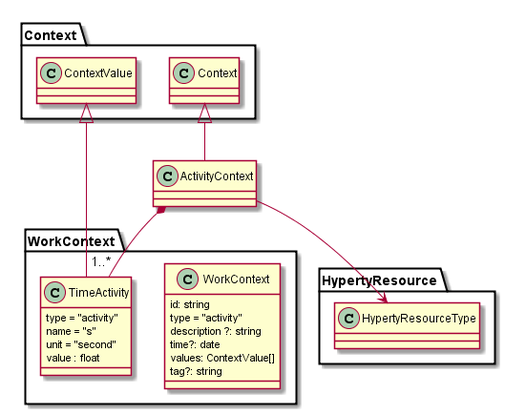
Above: docs/work-context.png in reTHINK-project/dev-smart-contextual-assistance-app (PlantUML), before the change.
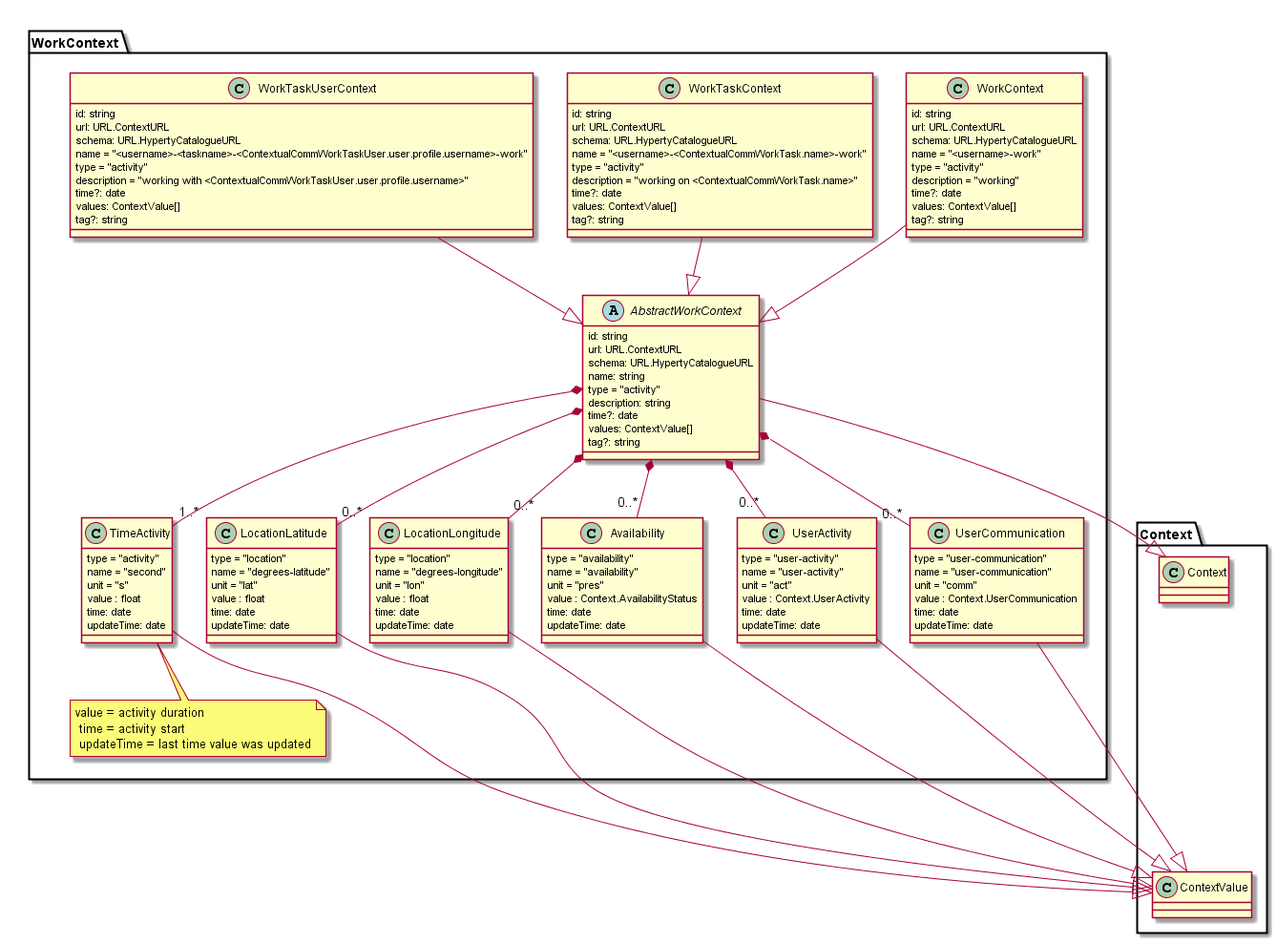
After the change.

The edit, as a diff of the source:
```diff
@@ -4,8 +4,47 @@
 
 class WorkContext {
   id: string
+  url: URL.ContextURL
+  schema: URL.HypertyCatalogueURL
+  name = "<username>-work"
   type = "activity"
-  description ?: string
+  description = "working"
+  time?: date
+  values: ContextValue[]
+  tag?: string
+}
+
+class WorkTaskContext {
+  id: string
+  url: URL.ContextURL
+  schema: URL.HypertyCatalogueURL
+  name = "<username>-<ContextualCommWorkTask.name>-work"
+  type = "activity"
+  description = "working on <ContextualCommWorkTask.name>"
+  time?: date
+  values: ContextValue[]
+  tag?: string
+}
+
+class WorkTaskUserContext {
+  id: string
+  url: URL.ContextURL
+  schema: URL.HypertyCatalogueURL
+  name = "<username>-<taskname>-<ContextualCommWorkTaskUser.user.profile.username>-work"
+  type = "activity"
+  description = "working with <ContextualCommWorkTaskUser.user.profile.username>"
+  time?: date
+  values: ContextValue[]
+  tag?: string
+}
+
+abstract class AbstractWorkContext {
+  id: string
+  url: URL.ContextURL
+  schema: URL.HypertyCatalogueURL
+  name: string
+  type = "activity"
+  description: string
   time?: date
   values: ContextValue[]
   tag?: string
@@ -14,17 +53,83 @@
 
 class TimeActivity {
   type = "activity"
-  name = "s"
-  unit = "second"
+  name = "second"
+  unit = "s"
   value : float
+  time: date
+  updateTime: date
+}
+
+note bottom : value = activity duration \n time = activity start \n updateTime = last time value was updated
+
+class LocationLatitude {
+  type = "location"
+  name = "degrees-latitude"
+  unit = "lat"
+  value : float
+  time: date
+  updateTime: date
+}
+
+class LocationLongitude {
+  type = "location"
+  name = "degrees-longitude"
+  unit = "lon"
+  value : float
+  time: date
+  updateTime: date
+}
+
+class Availability {
+  type = "availability"
+  name = "availability"
+  unit = "pres"
+  value : Context.AvailabilityStatus
+  time: date
+  updateTime: date
+}
+
+class UserActivity {
+  type = "user-activity"
+  name = "user-activity"
+  unit = "act"
+  value : Context.UserActivity
+  time: date
+  updateTime: date
+}
+
+class UserCommunication {
+  type = "user-communication"
+  name = "user-communication"
+  unit = "comm"
+  value : Context.UserCommunication
+  time: date
+  updateTime: date
 }
 
 }
-ActivityContext *-- "1..*" TimeActivity
 
-ActivityContext -up-|> Context.Context
-TimeActivity -up-|> Context.ContextValue
-ActivityContext --> HypertyResource.HypertyResourceType
+WorkContext -down-|> AbstractWorkContext
+WorkTaskContext -down-|> AbstractWorkContext
+WorkTaskUserContext -down-|> AbstractWorkContext
+
+AbstractWorkContext *-- "1..*" TimeActivity
+AbstractWorkContext *-- "0..*" LocationLatitude
+AbstractWorkContext *-- "0..*" LocationLongitude
+AbstractWorkContext *-- "0..*" Availability
+AbstractWorkContext *-- "0..*" UserActivity
+AbstractWorkContext *-- "0..*" UserCommunication
+
+AbstractWorkContext -right-|> Context.Context
+TimeActivity -down-|> Context.ContextValue
+LocationLatitude -down-|> Context.ContextValue
+LocationLongitude -down-|> Context.ContextValue
+Availability -down-|> Context.ContextValue
+UserActivity -down-|> Context.ContextValue
+UserCommunication -down-|> Context.ContextValue
+
+Context.ContextValue ---up[hidden]- Context.Context
+
 
 
 @enduml
```
